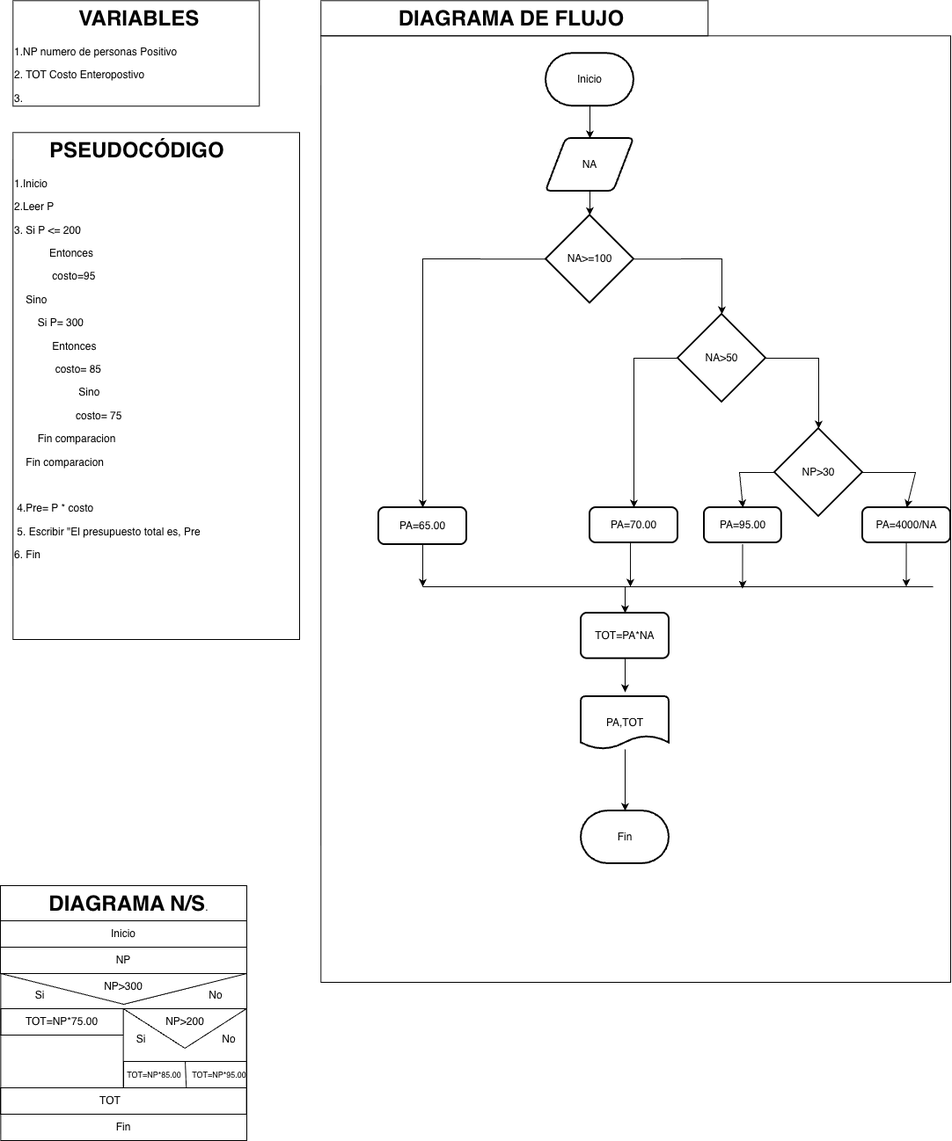
Above: Estructuras Selectivas/Copia de ejercicio_08_JoseIgnaciodrawio.png in josecontrerasu-bit/jicu (draw.io), before the change. Source tidied: cells renumbered, new cells last; positions are measured from the earlier drawing's top-left corner, leaving out a move shared by most shapes.
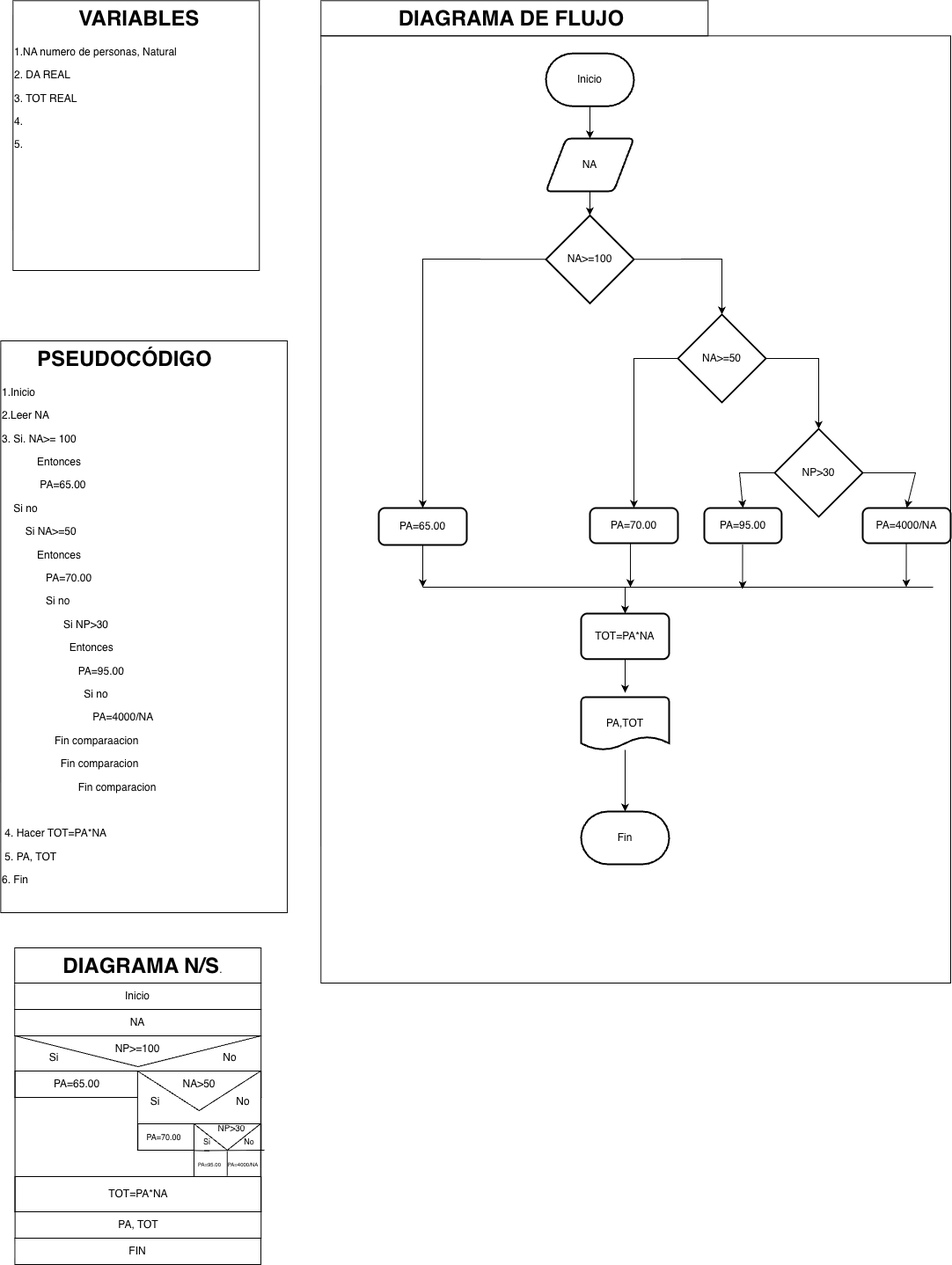
After the change.

What changed in the source:
```diff
@@ -3,37 +3,37 @@
     <mxCell id="0" />
     <mxCell id="1" parent="0" />
     <mxCell id="2" style="shape=message;html=1;html=1;labelPosition=center;verticalLabelPosition=bottom;align=center;verticalAlign=top;rotation=0;fillColor=none;" parent="1" vertex="1">
-      <mxGeometry x="0.4" y="1107" width="279.6" height="70" as="geometry" />
+      <mxGeometry x="16.6" y="1177" width="279.6" height="70" as="geometry" />
     </mxCell>
-    <mxCell id="3" value="&lt;h1 style=&quot;text-align: center; margin-top: 0px;&quot;&gt;&amp;nbsp; &amp;nbsp; &amp;nbsp; PSEUDOCÓDIGO&lt;/h1&gt;&lt;p&gt;1.Inicio&lt;/p&gt;&lt;p&gt;&lt;span style=&quot;background-color: transparent; color: light-dark(rgb(0, 0, 0), rgb(255, 255, 255));&quot;&gt;2.Leer P&lt;/span&gt;&lt;/p&gt;&lt;p&gt;3. Si P &amp;lt;= 200&amp;nbsp;&lt;/p&gt;&lt;p&gt;&amp;nbsp; &amp;nbsp; &amp;nbsp; &amp;nbsp; &amp;nbsp; &amp;nbsp; E&lt;span style=&quot;background-color: transparent; color: light-dark(rgb(0, 0, 0), rgb(255, 255, 255));&quot;&gt;ntonces&lt;/span&gt;&lt;/p&gt;&lt;p&gt;&amp;nbsp; &amp;nbsp; &amp;nbsp; &amp;nbsp; &amp;nbsp; &amp;nbsp; &amp;nbsp;costo=95&lt;/p&gt;&lt;p&gt;&amp;nbsp; &amp;nbsp; Sino&lt;/p&gt;&lt;p&gt;&amp;nbsp; &amp;nbsp; &amp;nbsp; &amp;nbsp; Si P= 300&amp;nbsp;&lt;/p&gt;&lt;p&gt;&lt;span style=&quot;background-color: transparent; color: light-dark(rgb(0, 0, 0), rgb(255, 255, 255));&quot;&gt;&amp;nbsp; &amp;nbsp; &amp;nbsp; &amp;nbsp; &amp;nbsp; &amp;nbsp; &amp;nbsp;Entonces&lt;/span&gt;&lt;/p&gt;&lt;p&gt;&amp;nbsp; &amp;nbsp; &amp;nbsp; &amp;nbsp; &amp;nbsp; &amp;nbsp; &amp;nbsp; costo= 85&lt;/p&gt;&lt;p&gt;&amp;nbsp; &amp;nbsp; &amp;nbsp; &amp;nbsp; &amp;nbsp; &amp;nbsp; &amp;nbsp; &amp;nbsp; &amp;nbsp; &amp;nbsp; &amp;nbsp; Sino&lt;/p&gt;&lt;p&gt;&amp;nbsp; &amp;nbsp; &amp;nbsp; &amp;nbsp; &amp;nbsp; &amp;nbsp; &amp;nbsp; &amp;nbsp; &amp;nbsp; &amp;nbsp; &amp;nbsp;costo= 75&lt;/p&gt;&lt;p&gt;&amp;nbsp; &amp;nbsp; &amp;nbsp; &amp;nbsp; Fin comparacion&amp;nbsp;&lt;/p&gt;&lt;p&gt;&amp;nbsp; &amp;nbsp; Fin comparacion&lt;/p&gt;&lt;p&gt;&lt;br&gt;&lt;/p&gt;&lt;p&gt;&amp;nbsp;4.Pre= P * costo&lt;/p&gt;&lt;p&gt;&lt;span style=&quot;background-color: transparent; color: light-dark(rgb(0, 0, 0), rgb(255, 255, 255));&quot;&gt;&amp;nbsp;5. Escribir &quot;El presupuesto total es, Pre&lt;/span&gt;&lt;/p&gt;&lt;p&gt;&lt;span style=&quot;background-color: transparent; color: light-dark(rgb(0, 0, 0), rgb(255, 255, 255));&quot;&gt;6. Fin&lt;/span&gt;&lt;/p&gt;&lt;p&gt;&lt;br&gt;&lt;/p&gt;" style="text;html=1;whiteSpace=wrap;overflow=hidden;rounded=0;perimeterSpacing=1;strokeColor=default;" parent="1" vertex="1">
-      <mxGeometry x="14.3" y="150.3" width="325.7" height="576.7" as="geometry" />
+    <mxCell id="3" value="&lt;h1 style=&quot;text-align: center; margin-top: 0px;&quot;&gt;&amp;nbsp; &amp;nbsp; &amp;nbsp; PSEUDOCÓDIGO&lt;/h1&gt;&lt;p&gt;1.Inicio&lt;/p&gt;&lt;p&gt;&lt;span style=&quot;background-color: transparent; color: light-dark(rgb(0, 0, 0), rgb(255, 255, 255));&quot;&gt;2.Leer NA&lt;/span&gt;&lt;/p&gt;&lt;p&gt;3. Si. NA&amp;gt;= 100&amp;nbsp;&lt;/p&gt;&lt;p&gt;&amp;nbsp; &amp;nbsp; &amp;nbsp; &amp;nbsp; &amp;nbsp; &amp;nbsp; E&lt;span style=&quot;background-color: transparent; color: light-dark(rgb(0, 0, 0), rgb(255, 255, 255));&quot;&gt;ntonces&lt;/span&gt;&lt;/p&gt;&lt;p&gt;&amp;nbsp; &amp;nbsp; &amp;nbsp; &amp;nbsp; &amp;nbsp; &amp;nbsp; &amp;nbsp;PA=65.00&lt;/p&gt;&lt;p&gt;&amp;nbsp; &amp;nbsp; Si no&lt;/p&gt;&lt;p&gt;&amp;nbsp; &amp;nbsp; &amp;nbsp; &amp;nbsp; Si NA&amp;gt;=50&lt;/p&gt;&lt;p&gt;&lt;span style=&quot;background-color: transparent; color: light-dark(rgb(0, 0, 0), rgb(255, 255, 255));&quot;&gt;&amp;nbsp; &amp;nbsp; &amp;nbsp; &amp;nbsp; &amp;nbsp; &amp;nbsp; Entonces&lt;/span&gt;&lt;/p&gt;&lt;p&gt;&lt;span style=&quot;background-color: transparent; color: light-dark(rgb(0, 0, 0), rgb(255, 255, 255));&quot;&gt;&amp;nbsp; &amp;nbsp; &amp;nbsp; &amp;nbsp; &amp;nbsp; &amp;nbsp; &amp;nbsp; &amp;nbsp;PA=70.00&lt;/span&gt;&lt;/p&gt;&lt;p&gt;&amp;nbsp; &amp;nbsp; &amp;nbsp; &amp;nbsp; &amp;nbsp; &amp;nbsp; &amp;nbsp; &amp;nbsp;Si no&lt;/p&gt;&lt;p&gt;&amp;nbsp; &amp;nbsp; &amp;nbsp; &amp;nbsp; &amp;nbsp; &amp;nbsp; &amp;nbsp; &amp;nbsp; &amp;nbsp; &amp;nbsp; &amp;nbsp;Si NP&amp;gt;30&lt;/p&gt;&lt;p&gt;&amp;nbsp; &amp;nbsp; &amp;nbsp; &amp;nbsp; &amp;nbsp; &amp;nbsp; &amp;nbsp; &amp;nbsp; &amp;nbsp; &amp;nbsp; &amp;nbsp; &amp;nbsp;Entonces&lt;/p&gt;&lt;p&gt;&lt;span style=&quot;background-color: transparent; color: light-dark(rgb(0, 0, 0), rgb(255, 255, 255));&quot;&gt;&amp;nbsp; &amp;nbsp; &amp;nbsp; &amp;nbsp; &amp;nbsp; &amp;nbsp; &amp;nbsp; &amp;nbsp; &amp;nbsp; &amp;nbsp; &amp;nbsp; &amp;nbsp; &amp;nbsp; PA=95.00&lt;/span&gt;&lt;/p&gt;&lt;p&gt;&lt;span style=&quot;background-color: transparent; color: light-dark(rgb(0, 0, 0), rgb(255, 255, 255));&quot;&gt;&amp;nbsp; &amp;nbsp; &amp;nbsp; &amp;nbsp; &amp;nbsp; &amp;nbsp; &amp;nbsp; &amp;nbsp; &amp;nbsp; &amp;nbsp; &amp;nbsp; &amp;nbsp; &amp;nbsp; &amp;nbsp; Si no&lt;/span&gt;&lt;/p&gt;&lt;p&gt;&lt;span style=&quot;background-color: transparent; color: light-dark(rgb(0, 0, 0), rgb(255, 255, 255));&quot;&gt;&amp;nbsp; &amp;nbsp; &amp;nbsp; &amp;nbsp; &amp;nbsp; &amp;nbsp; &amp;nbsp; &amp;nbsp; &amp;nbsp; &amp;nbsp; &amp;nbsp; &amp;nbsp; &amp;nbsp; &amp;nbsp; &amp;nbsp; &amp;nbsp;PA=4000/NA&lt;/span&gt;&lt;/p&gt;&lt;p&gt;&lt;span style=&quot;background-color: transparent; color: light-dark(rgb(0, 0, 0), rgb(255, 255, 255));&quot;&gt;&amp;nbsp; &amp;nbsp; &amp;nbsp; &amp;nbsp; &amp;nbsp; &amp;nbsp; &amp;nbsp; &amp;nbsp; &amp;nbsp; Fin comparaacion&lt;/span&gt;&lt;/p&gt;&lt;p&gt;&lt;span style=&quot;background-color: transparent; color: light-dark(rgb(0, 0, 0), rgb(255, 255, 255));&quot;&gt;&amp;nbsp; &amp;nbsp; &amp;nbsp; &amp;nbsp; &amp;nbsp; &amp;nbsp; &amp;nbsp; &amp;nbsp; &amp;nbsp; &amp;nbsp; Fin comparacion&lt;/span&gt;&lt;/p&gt;&lt;p&gt;&lt;span style=&quot;background-color: transparent; color: light-dark(rgb(0, 0, 0), rgb(255, 255, 255));&quot;&gt;&amp;nbsp; &amp;nbsp; &amp;nbsp; &amp;nbsp; &amp;nbsp; &amp;nbsp; &amp;nbsp; &amp;nbsp; &amp;nbsp; &amp;nbsp; &amp;nbsp; &amp;nbsp; &amp;nbsp; Fin comparacion&lt;/span&gt;&lt;/p&gt;&lt;p&gt;&lt;br&gt;&lt;/p&gt;&lt;p&gt;&amp;nbsp;4. Hacer TOT=PA*NA&lt;/p&gt;&lt;p&gt;&lt;span style=&quot;background-color: transparent; color: light-dark(rgb(0, 0, 0), rgb(255, 255, 255));&quot;&gt;&amp;nbsp;5. PA, TOT&lt;/span&gt;&lt;/p&gt;&lt;p&gt;&lt;span style=&quot;background-color: transparent; color: light-dark(rgb(0, 0, 0), rgb(255, 255, 255));&quot;&gt;6. Fin&lt;/span&gt;&lt;/p&gt;&lt;p&gt;&lt;br&gt;&lt;/p&gt;" style="text;html=1;whiteSpace=wrap;overflow=hidden;rounded=0;perimeterSpacing=1;strokeColor=default;" parent="1" vertex="1">
+      <mxGeometry x="0.3" y="387" width="325.7" height="650" as="geometry" />
     </mxCell>
-    <mxCell id="4" value="&lt;h1 style=&quot;text-align: center; margin-top: 0px;&quot;&gt;&amp;nbsp; &amp;nbsp; &amp;nbsp; &amp;nbsp; &amp;nbsp; &amp;nbsp;VARIABLES&lt;/h1&gt;&lt;p&gt;1.NP numero de personas Positivo&lt;/p&gt;&lt;p&gt;2. TOT Costo Enteropostivo&lt;/p&gt;&lt;p&gt;3.&lt;/p&gt;&lt;p&gt;4.&lt;/p&gt;&lt;p&gt;5.&lt;/p&gt;&lt;p&gt;&lt;br&gt;&lt;/p&gt;" style="text;html=1;whiteSpace=wrap;overflow=hidden;rounded=0;perimeterSpacing=1;strokeColor=default;" parent="1" vertex="1">
-      <mxGeometry x="14.3" y="0.3" width="280" height="120" as="geometry" />
+    <mxCell id="4" value="&lt;h1 style=&quot;text-align: center; margin-top: 0px;&quot;&gt;&amp;nbsp; &amp;nbsp; &amp;nbsp; &amp;nbsp; &amp;nbsp; &amp;nbsp;VARIABLES&lt;/h1&gt;&lt;p&gt;1.NA numero de personas, Natural&lt;/p&gt;&lt;p&gt;2. DA REAL&lt;/p&gt;&lt;p&gt;3. TOT REAL&lt;/p&gt;&lt;p&gt;4.&lt;/p&gt;&lt;p&gt;5.&lt;/p&gt;&lt;p&gt;&lt;br&gt;&lt;/p&gt;" style="text;html=1;whiteSpace=wrap;overflow=hidden;rounded=0;perimeterSpacing=1;strokeColor=default;" parent="1" vertex="1">
+      <mxGeometry x="14.3" y="0.3" width="280" height="306.7" as="geometry" />
     </mxCell>
     <mxCell id="5" value="&lt;h1 style=&quot;text-align: center; margin-top: 0px;&quot;&gt;&amp;nbsp; &amp;nbsp; &amp;nbsp; &amp;nbsp; DIAGRAMA N/S&lt;span style=&quot;background-color: transparent; color: light-dark(rgb(0, 0, 0), rgb(255, 255, 255)); font-size: 12px; font-weight: normal; text-align: left;&quot;&gt;.&lt;/span&gt;&lt;/h1&gt;&lt;p&gt;&lt;br&gt;&lt;/p&gt;" style="text;html=1;whiteSpace=wrap;overflow=hidden;rounded=0;perimeterSpacing=1;strokeColor=default;" parent="1" vertex="1">
-      <mxGeometry y="1007" width="280" height="40" as="geometry" />
+      <mxGeometry x="16.2" y="1077" width="280" height="40" as="geometry" />
     </mxCell>
     <mxCell id="6" value="Inicio" style="rounded=0;whiteSpace=wrap;html=1;fillColor=none;" parent="1" vertex="1">
-      <mxGeometry y="1047" width="280" height="30" as="geometry" />
+      <mxGeometry x="16.2" y="1117" width="280" height="30" as="geometry" />
     </mxCell>
-    <mxCell id="7" value="NP" style="rounded=0;whiteSpace=wrap;html=1;fillColor=none;" parent="1" vertex="1">
-      <mxGeometry y="1077" width="280" height="30" as="geometry" />
+    <mxCell id="7" value="NA" style="rounded=0;whiteSpace=wrap;html=1;fillColor=none;" parent="1" vertex="1">
+      <mxGeometry x="16.2" y="1147" width="280" height="30" as="geometry" />
     </mxCell>
     <mxCell id="8" style="rounded=0;whiteSpace=wrap;html=1;fillColor=none;" parent="1" vertex="1">
-      <mxGeometry x="0.3" y="1177" width="279.6" height="90" as="geometry" />
+      <mxGeometry x="16.6" y="1247" width="279.6" height="130" as="geometry" />
     </mxCell>
-    <mxCell id="9" style="rounded=0;whiteSpace=wrap;html=1;fillColor=none;" parent="1" vertex="1">
-      <mxGeometry y="1237" width="279.6" height="30" as="geometry" />
+    <mxCell id="9" value="TOT=PA*NA" style="rounded=0;whiteSpace=wrap;html=1;fillColor=none;" parent="1" vertex="1">
+      <mxGeometry x="16.6" y="1337" width="279.6" height="40" as="geometry" />
     </mxCell>
-    <mxCell id="10" value="TOT=NP*75.00" style="rounded=0;whiteSpace=wrap;html=1;fillColor=none;" parent="1" vertex="1">
-      <mxGeometry x="0.4" y="1147" width="140" height="30" as="geometry" />
+    <mxCell id="10" value="PA=65.00" style="rounded=0;whiteSpace=wrap;html=1;fillColor=none;" parent="1" vertex="1">
+      <mxGeometry x="16.6" y="1217" width="140" height="30" as="geometry" />
     </mxCell>
     <mxCell id="11" style="rounded=0;whiteSpace=wrap;html=1;fillColor=none;" parent="1" vertex="1">
-      <mxGeometry x="140.4" y="1147" width="139.7" height="30" as="geometry" />
+      <mxGeometry x="156.6" y="1217" width="139.7" height="30" as="geometry" />
     </mxCell>
-    <mxCell id="12" value="NP&amp;gt;300" style="text;html=1;whiteSpace=wrap;strokeColor=none;fillColor=none;align=center;verticalAlign=middle;rounded=0;" parent="1" vertex="1">
-      <mxGeometry x="105" y="1107" width="70" height="30" as="geometry" />
+    <mxCell id="12" value="NP&amp;gt;=100" style="text;html=1;whiteSpace=wrap;strokeColor=none;fillColor=none;align=center;verticalAlign=middle;rounded=0;" parent="1" vertex="1">
+      <mxGeometry x="121.2" y="1177" width="70" height="30" as="geometry" />
     </mxCell>
     <mxCell id="13" value="&lt;h1 style=&quot;text-align: center; margin-top: 0px;&quot;&gt;&amp;nbsp; &amp;nbsp; &amp;nbsp; &amp;nbsp; &amp;nbsp; &amp;nbsp; &amp;nbsp;DIAGRAMA DE FLUJO&lt;/h1&gt;&lt;p&gt;&lt;br&gt;&lt;/p&gt;" style="text;html=1;whiteSpace=wrap;overflow=hidden;rounded=0;perimeterSpacing=1;strokeColor=default;" parent="1" vertex="1">
       <mxGeometry x="364.3" y="0.3" width="440" height="40" as="geometry" />
@@ -59,7 +59,7 @@
     <mxCell id="20" value="PA=65.00" style="rounded=1;whiteSpace=wrap;html=1;absoluteArcSize=1;arcSize=14;strokeWidth=2;" parent="1" vertex="1">
       <mxGeometry x="430" y="577" width="100" height="42" as="geometry" />
     </mxCell>
-    <mxCell id="21" value="NA&amp;gt;50" style="strokeWidth=2;html=1;shape=mxgraph.flowchart.decision;whiteSpace=wrap;" parent="1" vertex="1">
+    <mxCell id="21" value="NA&amp;gt;=50" style="strokeWidth=2;html=1;shape=mxgraph.flowchart.decision;whiteSpace=wrap;" parent="1" vertex="1">
       <mxGeometry x="770" y="357" width="100" height="100" as="geometry" />
     </mxCell>
     <mxCell id="22" value="PA=70.00" style="rounded=1;whiteSpace=wrap;html=1;absoluteArcSize=1;arcSize=14;strokeWidth=2;" parent="1" vertex="1">
@@ -130,43 +130,31 @@
       </mxGeometry>
     </mxCell>
     <mxCell id="34" value="Si" style="text;html=1;whiteSpace=wrap;strokeColor=none;fillColor=none;align=center;verticalAlign=middle;rounded=0;" parent="1" vertex="1">
-      <mxGeometry x="30" y="1117" width="30" height="30" as="geometry" />
+      <mxGeometry x="46.2" y="1187" width="30" height="30" as="geometry" />
     </mxCell>
     <mxCell id="35" value="No" style="text;html=1;whiteSpace=wrap;strokeColor=none;fillColor=none;align=center;verticalAlign=middle;rounded=0;" parent="1" vertex="1">
-      <mxGeometry x="225" y="1117" width="40" height="30" as="geometry" />
+      <mxGeometry x="241.2" y="1187" width="40" height="30" as="geometry" />
     </mxCell>
     <mxCell id="36" style="shape=message;html=1;html=1;labelPosition=center;verticalLabelPosition=bottom;align=center;verticalAlign=top;" parent="1" vertex="1">
-      <mxGeometry x="139.6" y="1147" width="140" height="90" as="geometry" />
+      <mxGeometry x="155.9" y="1217" width="140" height="90" as="geometry" />
     </mxCell>
     <mxCell id="37" style="rounded=0;whiteSpace=wrap;html=1;fillColor=none;" parent="1" vertex="1">
-      <mxGeometry x="140" y="1207" width="140" height="30" as="geometry" />
+      <mxGeometry x="156.2" y="1277" width="140" height="30" as="geometry" />
     </mxCell>
     <mxCell id="38" value="No" style="text;html=1;whiteSpace=wrap;strokeColor=none;fillColor=none;align=center;verticalAlign=middle;rounded=0;" parent="1" vertex="1">
-      <mxGeometry x="240" y="1167" width="40" height="30" as="geometry" />
+      <mxGeometry x="256.2" y="1237" width="40" height="30" as="geometry" />
     </mxCell>
     <mxCell id="39" value="Si" style="text;html=1;whiteSpace=wrap;strokeColor=none;fillColor=none;align=center;verticalAlign=middle;rounded=0;" parent="1" vertex="1">
-      <mxGeometry x="145" y="1167" width="30" height="30" as="geometry" />
+      <mxGeometry x="161.2" y="1237" width="30" height="30" as="geometry" />
     </mxCell>
-    <mxCell id="40" value="NP&amp;gt;200" style="text;html=1;whiteSpace=wrap;strokeColor=none;fillColor=none;align=center;verticalAlign=middle;rounded=0;" parent="1" vertex="1">
-      <mxGeometry x="175" y="1147" width="70" height="30" as="geometry" />
+    <mxCell id="40" value="NA&amp;gt;50" style="text;html=1;whiteSpace=wrap;strokeColor=none;fillColor=none;align=center;verticalAlign=middle;rounded=0;" parent="1" vertex="1">
+      <mxGeometry x="196.2" y="1217" width="60" height="30" as="geometry" />
     </mxCell>
-    <mxCell id="41" style="endArrow=none;html=1;rounded=0;exitX=0.5;exitY=0;exitDx=0;exitDy=0;entryX=0.903;entryY=1.014;entryDx=0;entryDy=0;entryPerimeter=0;" parent="1" edge="1" source="37" target="42">
-      <mxGeometry relative="1" as="geometry" />
-    </mxCell>
-    <mxCell id="42" value="&lt;font style=&quot;font-size: 9px;&quot;&gt;TOT=NP*85.00&lt;/font&gt;" style="text;html=1;whiteSpace=wrap;strokeColor=none;fillColor=none;align=center;verticalAlign=middle;rounded=0;" parent="1" vertex="1">
-      <mxGeometry x="130" y="1207" width="90" height="30" as="geometry" />
-    </mxCell>
-    <mxCell id="43" value="&lt;font style=&quot;font-size: 9px;&quot;&gt;TOT=NP*95.00&lt;/font&gt;" style="text;html=1;whiteSpace=wrap;strokeColor=none;fillColor=none;align=center;verticalAlign=middle;rounded=0;" parent="1" vertex="1">
-      <mxGeometry x="204" y="1207" width="90" height="30" as="geometry" />
-    </mxCell>
     <mxCell id="44" style="rounded=0;whiteSpace=wrap;html=1;fillColor=none;" parent="1" vertex="1">
-      <mxGeometry x="0.3" y="1237" width="279.6" as="geometry" />
+      <mxGeometry x="16.6" y="1307" width="279.6" as="geometry" />
     </mxCell>
-    <mxCell id="45" value="TOT" style="text;html=1;whiteSpace=wrap;strokeColor=none;fillColor=none;align=center;verticalAlign=middle;rounded=0;" parent="1" vertex="1">
-      <mxGeometry x="100" y="1237" width="50" height="30" as="geometry" />
-    </mxCell>
-    <mxCell id="46" value="Fin" style="rounded=0;whiteSpace=wrap;html=1;fillColor=none;" parent="1" vertex="1">
-      <mxGeometry x="0.3" y="1267" width="279.6" height="30" as="geometry" />
+    <mxCell id="46" value="PA, TOT" style="rounded=0;whiteSpace=wrap;html=1;fillColor=none;" parent="1" vertex="1">
+      <mxGeometry x="16.6" y="1377" width="279.6" height="30" as="geometry" />
     </mxCell>
     <mxCell id="47" value="NP&amp;gt;30" style="strokeWidth=2;html=1;shape=mxgraph.flowchart.decision;whiteSpace=wrap;" parent="1" vertex="1">
       <mxGeometry x="880" y="487" width="100" height="100" as="geometry" />
@@ -216,5 +204,42 @@
         </Array>
       </mxGeometry>
     </mxCell>
+    <mxCell id="57" style="shape=message;html=1;html=1;labelPosition=center;verticalLabelPosition=bottom;align=center;verticalAlign=top;" parent="1" vertex="1">
+      <mxGeometry x="220" y="1277" width="75.7" height="60" as="geometry" />
+    </mxCell>
+    <mxCell id="58" value="&lt;font size=&quot;1&quot;&gt;NP&amp;gt;30&lt;/font&gt;" style="text;html=1;whiteSpace=wrap;strokeColor=none;fillColor=none;align=center;verticalAlign=middle;rounded=0;" parent="1" vertex="1">
+      <mxGeometry x="237.9" y="1267" width="50" height="30" as="geometry" />
+    </mxCell>
+    <mxCell id="59" style="endArrow=none;html=1;rounded=0;exitX=0.539;exitY=1.014;exitDx=0;exitDy=0;exitPerimeter=0;" parent="1" edge="1" source="37">
+      <mxGeometry relative="1" as="geometry">
+        <mxPoint x="300" y="1307" as="targetPoint" />
+      </mxGeometry>
+    </mxCell>
+    <mxCell id="60" value="&lt;font style=&quot;font-size: 9px;&quot;&gt;Si&lt;/font&gt;" style="text;html=1;whiteSpace=wrap;strokeColor=none;fillColor=none;align=center;verticalAlign=middle;rounded=0;" parent="1" vertex="1">
+      <mxGeometry x="220" y="1282" width="30" height="30" as="geometry" />
+    </mxCell>
+    <mxCell id="61" value="&lt;font style=&quot;font-size: 9px;&quot;&gt;No&lt;/font&gt;" style="text;html=1;whiteSpace=wrap;strokeColor=none;fillColor=none;align=center;verticalAlign=middle;rounded=0;" parent="1" vertex="1">
+      <mxGeometry x="263.2" y="1282" width="40" height="30" as="geometry" />
+    </mxCell>
+    <mxCell id="62" value="&lt;font style=&quot;font-size: 9px;&quot;&gt;PA=70.00&lt;/font&gt;" style="text;html=1;whiteSpace=wrap;strokeColor=none;fillColor=none;align=center;verticalAlign=middle;rounded=0;" parent="1" vertex="1">
+      <mxGeometry x="156.2" y="1277" width="60" height="30" as="geometry" />
+    </mxCell>
+    <mxCell id="63" value="&lt;font style=&quot;font-size: 6px;&quot;&gt;PA=95.00&lt;/font&gt;" style="text;html=1;whiteSpace=wrap;strokeColor=none;fillColor=none;align=center;verticalAlign=middle;rounded=0;" parent="1" vertex="1">
+      <mxGeometry x="213.2" y="1307" width="50" height="30" as="geometry" />
+    </mxCell>
+    <mxCell id="64" value="&lt;font style=&quot;font-size: 6px;&quot;&gt;PA=4000/NA&lt;/font&gt;" style="text;html=1;whiteSpace=wrap;strokeColor=none;fillColor=none;align=center;verticalAlign=middle;rounded=0;" parent="1" vertex="1">
+      <mxGeometry x="246.2" y="1307" width="60" height="30" as="geometry" />
+    </mxCell>
+    <mxCell id="65" style="endArrow=none;html=1;rounded=0;entryX=0.193;entryY=0.048;entryDx=0;entryDy=0;entryPerimeter=0;exitX=0.193;exitY=0.966;exitDx=0;exitDy=0;exitPerimeter=0;" parent="1" edge="1" source="64" target="64">
+      <mxGeometry relative="1" as="geometry" />
+    </mxCell>
+    <mxCell id="66" style="endArrow=none;html=1;rounded=0;exitX=0.136;exitY=0.011;exitDx=0;exitDy=0;exitPerimeter=0;entryX=0.487;entryY=0.025;entryDx=0;entryDy=0;entryPerimeter=0;" parent="1" edge="1" target="63">
+      <mxGeometry relative="1" as="geometry">
+        <mxPoint x="220" y="1307.3" as="sourcePoint" />
+      </mxGeometry>
+    </mxCell>
+    <mxCell id="67" value="FIN" style="rounded=0;whiteSpace=wrap;html=1;fillColor=none;" parent="1" vertex="1">
+      <mxGeometry x="16.4" y="1407" width="279.6" height="30" as="geometry" />
+    </mxCell>
   </root>
 </mxGraphModel>
```
